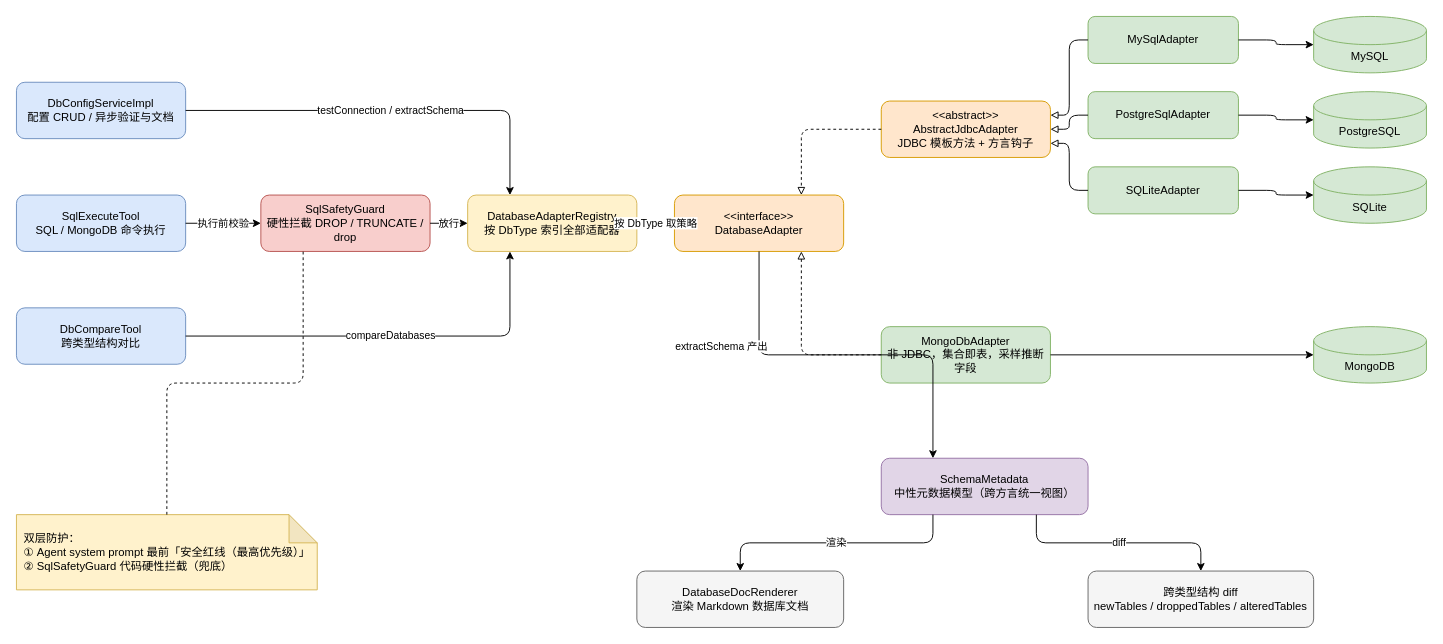
The draw.io diagram docs/diagrams/multi-database-architecture.drawio in spcodhu/db-genius, before the edit. Source tidied: cells renumbered, new cells numbered last; positions are measured from the earlier drawing's top-left corner, leaving out a move shared by most shapes. Both pictures are drawn from the tidied source at 94%, with x=0, y=0 at pixel (16, 16).
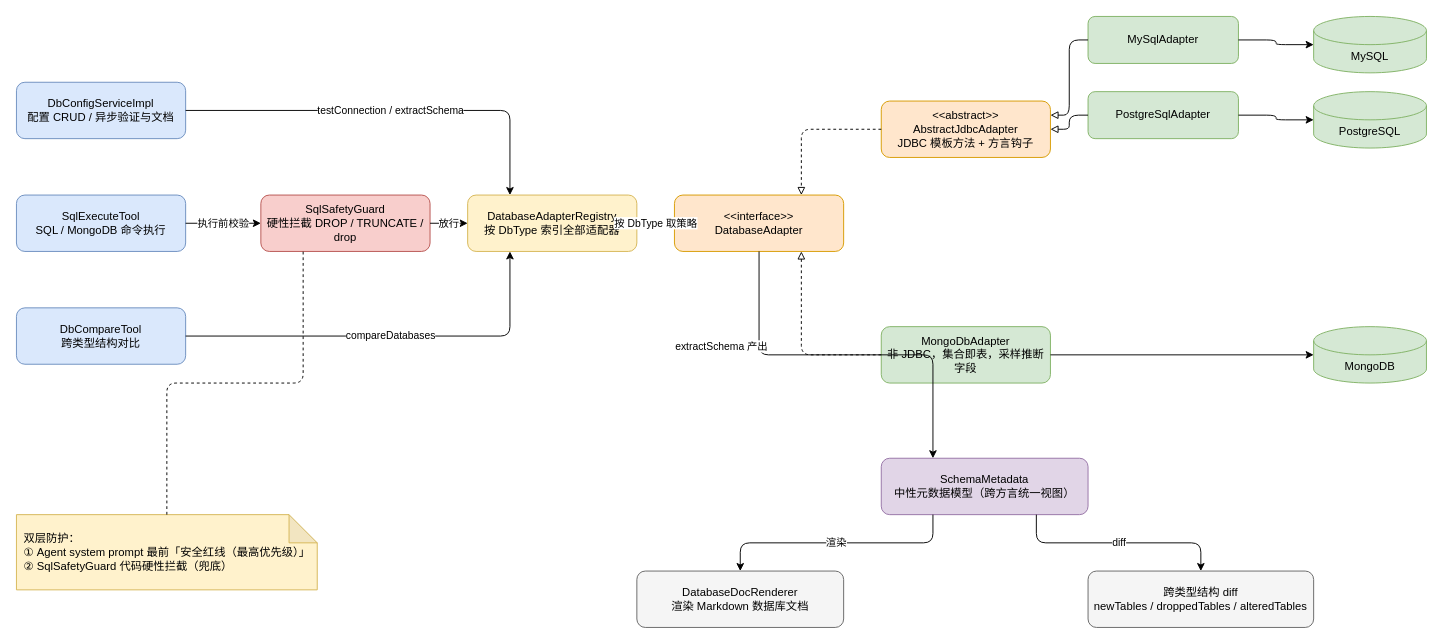
Above is the later version.

Unchanged cells that the change refers to:
```xml
<mxCell id="8" value="&amp;lt;&amp;lt;abstract&amp;gt;&amp;gt;&#10;AbstractJdbcAdapter&#10;JDBC 模板方法 + 方言钩子" style="rounded=1;whiteSpace=wrap;html=1;fillColor=#ffe6cc;strokeColor=#d79b00;" parent="1" vertex="1">
  <mxGeometry x="920" y="90" width="180" height="60" as="geometry" />
</mxCell>
```

The edit, as a diff of the source:
```diff
@@
-    <mxCell id="12" value="SQLiteAdapter" style="rounded=1;whiteSpace=wrap;html=1;fillColor=#d5e8d4;strokeColor=#82b366;" parent="1" vertex="1">
-      <mxGeometry x="1140" y="160" width="160" height="50" as="geometry" />
-    </mxCell>
@@
-    <mxCell id="15" value="SQLite" style="shape=cylinder3;whiteSpace=wrap;html=1;boundedLbl=1;backgroundOutline=1;size=15;fillColor=#d5e8d4;strokeColor=#82b366;" parent="1" vertex="1">
-      <mxGeometry x="1380" y="160" width="120" height="60" as="geometry" />
-    </mxCell>
@@
-    <mxCell id="30" style="edgeStyle=orthogonalEdgeStyle;rounded=1;jettySize=auto;html=1;endArrow=block;endFill=0;exitX=0;exitY=0.5;exitDx=0;exitDy=0;entryX=1;entryY=0.75;entryDx=0;entryDy=0;" parent="1" edge="1" source="12" target="8">
-      <mxGeometry relative="1" as="geometry" />
-    </mxCell>
@@
-    <mxCell id="33" style="edgeStyle=orthogonalEdgeStyle;rounded=1;jettySize=auto;html=1;exitX=1;exitY=0.5;exitDx=0;exitDy=0;entryX=0;entryY=0.5;entryDx=0;entryDy=0;" parent="1" edge="1" source="12" target="15">
-      <mxGeometry relative="1" as="geometry" />
-    </mxCell>
```
